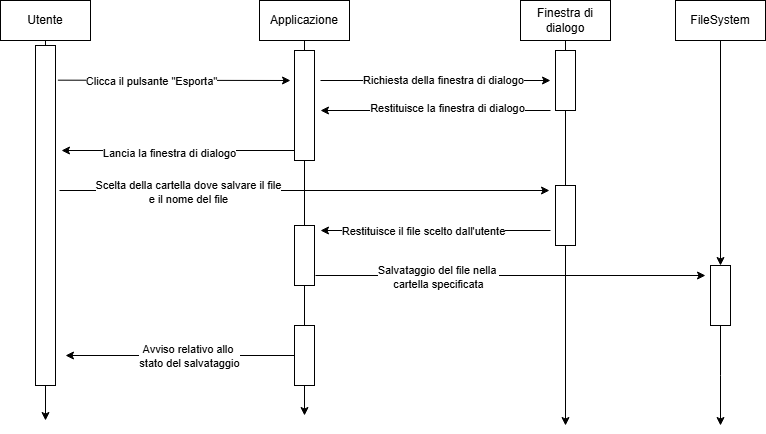
This is RubricaTelefonica/Documentazione/Diagramma_sequenza_Export.png from alex17-T/Progetto_Ingegneria_del_Software, a draw.io export, as it was before one commit. Source tidied: cells renumbered, new cells last; positions are measured from the earlier drawing's top-left corner, leaving out a move shared by most shapes. Source of this version:
```xml
<mxGraphModel>
  <root>
    <mxCell id="0" />
    <mxCell id="1" parent="0" />
    <mxCell id="2" style="edgeStyle=orthogonalEdgeStyle;rounded=0;jettySize=auto;html=1;" parent="1" edge="1" source="3">
      <mxGeometry relative="1" as="geometry">
        <mxPoint x="170" y="420" as="targetPoint" />
      </mxGeometry>
    </mxCell>
    <mxCell id="3" value="Utente" style="rounded=0;whiteSpace=wrap;html=1;" parent="1" vertex="1">
      <mxGeometry x="125" width="90" height="40" as="geometry" />
    </mxCell>
    <mxCell id="4" style="edgeStyle=orthogonalEdgeStyle;rounded=0;jettySize=auto;html=1;" parent="1" edge="1" source="5">
      <mxGeometry relative="1" as="geometry">
        <mxPoint x="429" y="415" as="targetPoint" />
      </mxGeometry>
    </mxCell>
    <mxCell id="5" value="Applicazione" style="rounded=0;whiteSpace=wrap;html=1;" parent="1" vertex="1">
      <mxGeometry x="384" width="90" height="40" as="geometry" />
    </mxCell>
    <mxCell id="6" style="edgeStyle=orthogonalEdgeStyle;rounded=0;jettySize=auto;html=1;" parent="1" edge="1" source="7">
      <mxGeometry relative="1" as="geometry">
        <mxPoint x="690" y="425" as="targetPoint" />
      </mxGeometry>
    </mxCell>
    <mxCell id="7" value="Finestra di dialogo" style="rounded=0;whiteSpace=wrap;html=1;" parent="1" vertex="1">
      <mxGeometry x="645" width="90" height="40" as="geometry" />
    </mxCell>
    <mxCell id="8" style="rounded=0;whiteSpace=wrap;html=1;rotation=90;" parent="1" vertex="1">
      <mxGeometry y="205" width="340" height="20" as="geometry" />
    </mxCell>
    <mxCell id="9" style="endArrow=classic;html=1;rounded=0;exitX=0.102;exitY=-0.118;exitDx=0;exitDy=0;exitPerimeter=0;" parent="1" edge="1" source="8">
      <mxGeometry relative="1" as="geometry">
        <mxPoint x="415" y="80" as="targetPoint" />
      </mxGeometry>
    </mxCell>
    <mxCell id="10" value="Clicca il pulsante &quot;Esporta&quot;" style="edgeLabel;html=1;align=center;verticalAlign=middle;" parent="9" vertex="1">
      <mxGeometry x="-0.2" y="-1" relative="1" as="geometry" />
    </mxCell>
    <mxCell id="11" style="rounded=0;whiteSpace=wrap;html=1;" parent="1" vertex="1">
      <mxGeometry x="419" y="50" width="20" height="110" as="geometry" />
    </mxCell>
    <mxCell id="12" style="endArrow=classic;html=1;rounded=0;" parent="1" edge="1">
      <mxGeometry relative="1" as="geometry">
        <mxPoint x="445" y="80" as="sourcePoint" />
        <mxPoint x="675" y="80" as="targetPoint" />
      </mxGeometry>
    </mxCell>
    <mxCell id="13" value="Richiesta della finestra di dialogo" style="edgeLabel;html=1;align=center;verticalAlign=middle;" parent="12" vertex="1">
      <mxGeometry x="0.06" y="1" relative="1" as="geometry" />
    </mxCell>
    <mxCell id="14" style="rounded=0;whiteSpace=wrap;html=1;" parent="1" vertex="1">
      <mxGeometry x="680" y="50" width="20" height="60" as="geometry" />
    </mxCell>
    <mxCell id="15" style="endArrow=classic;html=1;rounded=0;" parent="1" edge="1">
      <mxGeometry relative="1" as="geometry">
        <mxPoint x="675" y="110" as="sourcePoint" />
        <mxPoint x="445" y="110" as="targetPoint" />
      </mxGeometry>
    </mxCell>
    <mxCell id="16" value="Restituisce la finestra di dialogo" style="edgeLabel;html=1;align=center;verticalAlign=middle;" parent="15" vertex="1">
      <mxGeometry x="-0.62" y="-3" relative="1" as="geometry">
        <mxPoint x="-60" as="offset" />
      </mxGeometry>
    </mxCell>
    <mxCell id="17" style="endArrow=classic;html=1;rounded=0;" parent="1" edge="1">
      <mxGeometry relative="1" as="geometry">
        <mxPoint x="419" y="150" as="sourcePoint" />
        <mxPoint x="186" y="150" as="targetPoint" />
      </mxGeometry>
    </mxCell>
    <mxCell id="18" value="Lancia la finestra di dialogo" style="edgeLabel;html=1;align=center;verticalAlign=middle;" parent="17" vertex="1">
      <mxGeometry x="0.08" y="2" relative="1" as="geometry" />
    </mxCell>
    <mxCell id="19" style="rounded=0;whiteSpace=wrap;html=1;" parent="1" vertex="1">
      <mxGeometry x="680" y="185" width="20" height="60" as="geometry" />
    </mxCell>
    <mxCell id="20" style="endArrow=classic;html=1;rounded=0;" parent="1" edge="1">
      <mxGeometry relative="1" as="geometry">
        <mxPoint x="184" y="190" as="sourcePoint" />
        <mxPoint x="674" y="190" as="targetPoint" />
      </mxGeometry>
    </mxCell>
    <mxCell id="21" value="Scelta della cartella dove salvare il file&lt;div&gt;e il nome del file&lt;/div&gt;" style="edgeLabel;html=1;align=center;verticalAlign=middle;" parent="20" vertex="1">
      <mxGeometry x="-0.48" y="-1" relative="1" as="geometry" />
    </mxCell>
    <mxCell id="22" style="endArrow=classic;html=1;rounded=0;" parent="1" edge="1">
      <mxGeometry relative="1" as="geometry">
        <mxPoint x="675" y="230" as="sourcePoint" />
        <mxPoint x="445" y="230" as="targetPoint" />
      </mxGeometry>
    </mxCell>
    <mxCell id="23" value="Restituisce il file scelto dall'utente" style="edgeLabel;html=1;align=center;verticalAlign=middle;" parent="22" vertex="1">
      <mxGeometry x="0.11" relative="1" as="geometry" />
    </mxCell>
    <mxCell id="24" style="rounded=0;whiteSpace=wrap;html=1;" parent="1" vertex="1">
      <mxGeometry x="419" y="225" width="20" height="60" as="geometry" />
    </mxCell>
    <mxCell id="25" style="edgeStyle=orthogonalEdgeStyle;rounded=0;jettySize=auto;html=1;" parent="1" edge="1" source="28">
      <mxGeometry relative="1" as="geometry">
        <mxPoint x="845" y="425" as="targetPoint" />
      </mxGeometry>
    </mxCell>
    <mxCell id="26" value="FileSystem" style="rounded=0;whiteSpace=wrap;html=1;" parent="1" vertex="1">
      <mxGeometry x="800" width="90" height="40" as="geometry" />
    </mxCell>
    <mxCell id="27" style="edgeStyle=orthogonalEdgeStyle;rounded=0;jettySize=auto;html=1;" parent="1" edge="1" source="26" target="28">
      <mxGeometry relative="1" as="geometry" />
    </mxCell>
    <mxCell id="28" style="rounded=0;whiteSpace=wrap;html=1;" parent="1" vertex="1">
      <mxGeometry x="835" y="265" width="20" height="60" as="geometry" />
    </mxCell>
    <mxCell id="29" style="endArrow=classic;html=1;rounded=0;" parent="1" edge="1">
      <mxGeometry relative="1" as="geometry">
        <mxPoint x="440" y="275" as="sourcePoint" />
        <mxPoint x="830" y="275" as="targetPoint" />
      </mxGeometry>
    </mxCell>
    <mxCell id="30" value="Salvataggio del file nella&amp;nbsp;&lt;div&gt;cartella specificata&lt;/div&gt;" style="edgeLabel;html=1;align=center;verticalAlign=middle;" parent="29" vertex="1">
      <mxGeometry x="-0.68" y="-1" relative="1" as="geometry">
        <mxPoint x="60" as="offset" />
      </mxGeometry>
    </mxCell>
    <mxCell id="31" style="rounded=0;whiteSpace=wrap;html=1;" parent="1" vertex="1">
      <mxGeometry x="419" y="325" width="20" height="60" as="geometry" />
    </mxCell>
    <mxCell id="32" style="endArrow=classic;html=1;rounded=0;exitX=0;exitY=0.5;exitDx=0;exitDy=0;" parent="1" edge="1" source="31">
      <mxGeometry relative="1" as="geometry">
        <mxPoint x="190" y="355" as="targetPoint" />
      </mxGeometry>
    </mxCell>
    <mxCell id="33" value="Avviso relativo allo&amp;nbsp;&lt;div&gt;stato del salvataggio&lt;/div&gt;" style="edgeLabel;html=1;align=center;verticalAlign=middle;" parent="32" vertex="1">
      <mxGeometry x="0.44" y="2" relative="1" as="geometry">
        <mxPoint x="59" y="-2" as="offset" />
      </mxGeometry>
    </mxCell>
  </root>
</mxGraphModel>
```
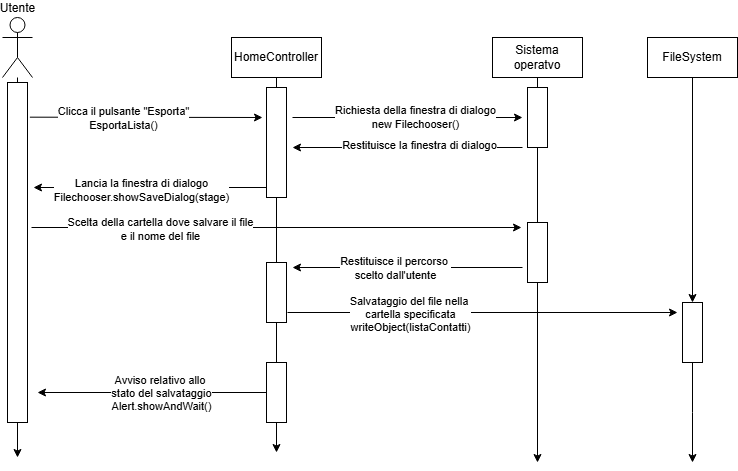
Later version of the same file.

Commit message:
Modificato il diagramma di sequenza dell'export

The edit, as a diff of the source:
```diff
@@ -2,20 +2,18 @@
   <root>
     <mxCell id="0" />
     <mxCell id="1" parent="0" />
-    <mxCell id="2" style="edgeStyle=orthogonalEdgeStyle;rounded=0;jettySize=auto;html=1;" parent="1" edge="1" source="3">
+    <mxCell id="2" style="edgeStyle=orthogonalEdgeStyle;rounded=0;orthogonalLoop=1;jettySize=auto;html=1;" parent="1" edge="1">
       <mxGeometry relative="1" as="geometry">
+        <mxPoint x="170" y="40" as="sourcePoint" />
         <mxPoint x="170" y="420" as="targetPoint" />
       </mxGeometry>
     </mxCell>
-    <mxCell id="3" value="Utente" style="rounded=0;whiteSpace=wrap;html=1;" parent="1" vertex="1">
-      <mxGeometry x="125" width="90" height="40" as="geometry" />
-    </mxCell>
     <mxCell id="4" style="edgeStyle=orthogonalEdgeStyle;rounded=0;jettySize=auto;html=1;" parent="1" edge="1" source="5">
       <mxGeometry relative="1" as="geometry">
         <mxPoint x="429" y="415" as="targetPoint" />
       </mxGeometry>
     </mxCell>
-    <mxCell id="5" value="Applicazione" style="rounded=0;whiteSpace=wrap;html=1;" parent="1" vertex="1">
+    <mxCell id="5" value="HomeController" style="rounded=0;whiteSpace=wrap;html=1;" parent="1" vertex="1">
       <mxGeometry x="384" width="90" height="40" as="geometry" />
     </mxCell>
     <mxCell id="6" style="edgeStyle=orthogonalEdgeStyle;rounded=0;jettySize=auto;html=1;" parent="1" edge="1" source="7">
@@ -23,7 +21,7 @@
         <mxPoint x="690" y="425" as="targetPoint" />
       </mxGeometry>
     </mxCell>
-    <mxCell id="7" value="Finestra di dialogo" style="rounded=0;whiteSpace=wrap;html=1;" parent="1" vertex="1">
+    <mxCell id="7" value="Sistema operatvo" style="rounded=0;whiteSpace=wrap;html=1;" parent="1" vertex="1">
       <mxGeometry x="645" width="90" height="40" as="geometry" />
     </mxCell>
     <mxCell id="8" style="rounded=0;whiteSpace=wrap;html=1;rotation=90;" parent="1" vertex="1">
@@ -34,7 +32,7 @@
         <mxPoint x="415" y="80" as="targetPoint" />
       </mxGeometry>
     </mxCell>
-    <mxCell id="10" value="Clicca il pulsante &quot;Esporta&quot;" style="edgeLabel;html=1;align=center;verticalAlign=middle;" parent="9" vertex="1">
+    <mxCell id="10" value="Clicca il pulsante &quot;Esporta&quot;&lt;div&gt;EsportaLista()&lt;/div&gt;" style="edgeLabel;html=1;align=center;verticalAlign=middle;" parent="9" vertex="1">
       <mxGeometry x="-0.2" y="-1" relative="1" as="geometry" />
     </mxCell>
     <mxCell id="11" style="rounded=0;whiteSpace=wrap;html=1;" parent="1" vertex="1">
@@ -46,7 +44,7 @@
         <mxPoint x="675" y="80" as="targetPoint" />
       </mxGeometry>
     </mxCell>
-    <mxCell id="13" value="Richiesta della finestra di dialogo" style="edgeLabel;html=1;align=center;verticalAlign=middle;" parent="12" vertex="1">
+    <mxCell id="13" value="Richiesta della finestra di dialogo&lt;div&gt;new Filechooser()&lt;/div&gt;" style="edgeLabel;html=1;align=center;verticalAlign=middle;" parent="12" vertex="1">
       <mxGeometry x="0.06" y="1" relative="1" as="geometry" />
     </mxCell>
     <mxCell id="14" style="rounded=0;whiteSpace=wrap;html=1;" parent="1" vertex="1">
@@ -69,7 +67,7 @@
         <mxPoint x="186" y="150" as="targetPoint" />
       </mxGeometry>
     </mxCell>
-    <mxCell id="18" value="Lancia la finestra di dialogo" style="edgeLabel;html=1;align=center;verticalAlign=middle;" parent="17" vertex="1">
+    <mxCell id="18" value="Lancia la finestra di dialogo&lt;div&gt;Filechooser.showSaveDialog(stage)&lt;/div&gt;" style="edgeLabel;html=1;align=center;verticalAlign=middle;" parent="17" vertex="1">
       <mxGeometry x="0.08" y="2" relative="1" as="geometry" />
     </mxCell>
     <mxCell id="19" style="rounded=0;whiteSpace=wrap;html=1;" parent="1" vertex="1">
@@ -90,7 +88,7 @@
         <mxPoint x="445" y="230" as="targetPoint" />
       </mxGeometry>
     </mxCell>
-    <mxCell id="23" value="Restituisce il file scelto dall'utente" style="edgeLabel;html=1;align=center;verticalAlign=middle;" parent="22" vertex="1">
+    <mxCell id="23" value="Restituisce il percorso&amp;nbsp;&lt;div&gt;scelto dall'utente&lt;/div&gt;" style="edgeLabel;html=1;align=center;verticalAlign=middle;" parent="22" vertex="1">
       <mxGeometry x="0.11" relative="1" as="geometry" />
     </mxCell>
     <mxCell id="24" style="rounded=0;whiteSpace=wrap;html=1;" parent="1" vertex="1">
@@ -116,7 +114,7 @@
         <mxPoint x="830" y="275" as="targetPoint" />
       </mxGeometry>
     </mxCell>
-    <mxCell id="30" value="Salvataggio del file nella&amp;nbsp;&lt;div&gt;cartella specificata&lt;/div&gt;" style="edgeLabel;html=1;align=center;verticalAlign=middle;" parent="29" vertex="1">
+    <mxCell id="30" value="Salvataggio del file nella&amp;nbsp;&lt;div&gt;cartella specificata&lt;/div&gt;&lt;div&gt;writeObject(listaContatti)&lt;/div&gt;" style="edgeLabel;html=1;align=center;verticalAlign=middle;" parent="29" vertex="1">
       <mxGeometry x="-0.68" y="-1" relative="1" as="geometry">
         <mxPoint x="60" as="offset" />
       </mxGeometry>
@@ -129,10 +127,13 @@
         <mxPoint x="190" y="355" as="targetPoint" />
       </mxGeometry>
     </mxCell>
-    <mxCell id="33" value="Avviso relativo allo&amp;nbsp;&lt;div&gt;stato del salvataggio&lt;/div&gt;" style="edgeLabel;html=1;align=center;verticalAlign=middle;" parent="32" vertex="1">
+    <mxCell id="33" value="Avviso relativo allo&amp;nbsp;&lt;div&gt;stato del salvataggio&lt;/div&gt;&lt;div&gt;Alert.showAndWait()&lt;/div&gt;" style="edgeLabel;html=1;align=center;verticalAlign=middle;" parent="32" vertex="1">
       <mxGeometry x="0.44" y="2" relative="1" as="geometry">
         <mxPoint x="59" y="-2" as="offset" />
       </mxGeometry>
     </mxCell>
+    <mxCell id="3" value="Utente" style="shape=umlActor;verticalLabelPosition=top;verticalAlign=bottom;html=1;outlineConnect=0;labelPosition=center;align=center;" parent="1" vertex="1">
+      <mxGeometry x="155" y="-20" width="30" height="60" as="geometry" />
+    </mxCell>
   </root>
 </mxGraphModel>
```
